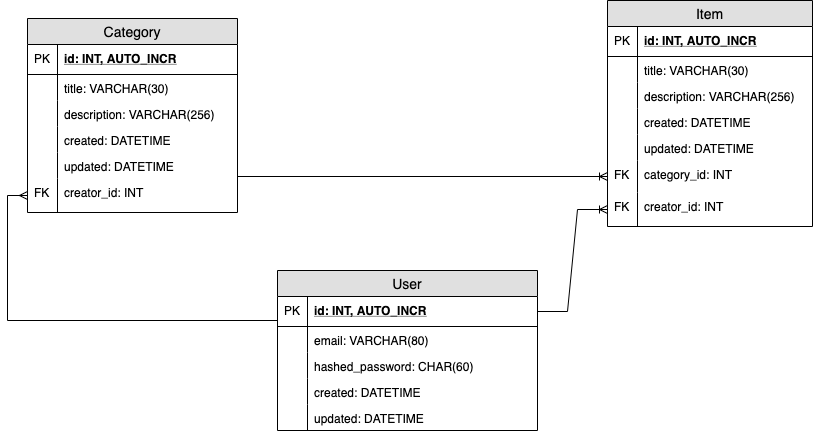
bomcon123456/Onboard_Project keeps this draw.io diagram as Markdown/Onboard_EntityRelation.png. Above is the earlier version. Source tidied: cells renumbered, new cells last; positions are measured from the earlier drawing's top-left corner, leaving out a move shared by most shapes.
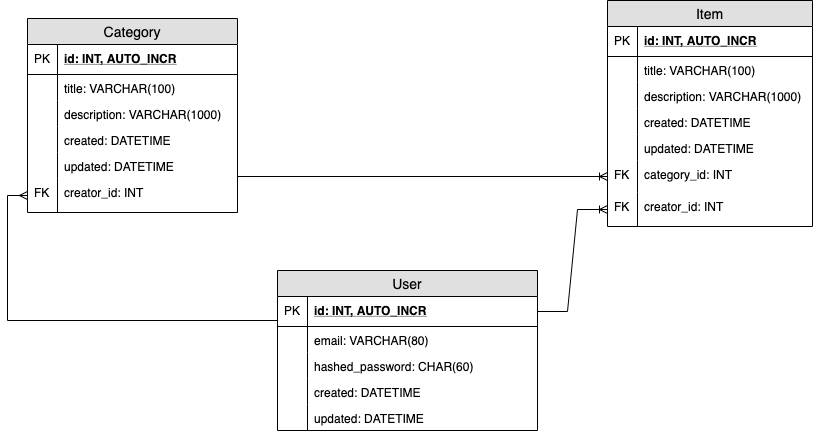
The same file after the commit.

Change to the diagram source:
```diff
@@ -44,13 +44,13 @@
     <mxCell id="15" value="PK" style="shape=partialRectangle;top=0;left=0;bottom=0;fillColor=none;align=left;verticalAlign=middle;spacingLeft=4;spacingRight=4;overflow=hidden;fontSize=12;" parent="14" vertex="1">
       <mxGeometry width="30" height="30" as="geometry" />
     </mxCell>
-    <mxCell id="16" value="title: VARCHAR(30)&#10;" style="shape=partialRectangle;top=0;left=0;right=0;bottom=0;align=left;verticalAlign=top;fillColor=none;spacingLeft=34;spacingRight=4;overflow=hidden;fontSize=12;" parent="13" vertex="1">
+    <mxCell id="16" value="title: VARCHAR(100)&#10;" style="shape=partialRectangle;top=0;left=0;right=0;bottom=0;align=left;verticalAlign=top;fillColor=none;spacingLeft=34;spacingRight=4;overflow=hidden;fontSize=12;" parent="13" vertex="1">
       <mxGeometry y="56" width="205" height="26" as="geometry" />
     </mxCell>
     <mxCell id="17" style="shape=partialRectangle;top=0;left=0;bottom=0;fillColor=none;align=left;verticalAlign=top;spacingLeft=4;spacingRight=4;overflow=hidden;fontSize=12;" parent="16" vertex="1">
       <mxGeometry width="30" height="26" as="geometry" />
     </mxCell>
-    <mxCell id="18" value="description: VARCHAR(256)" style="shape=partialRectangle;top=0;left=0;right=0;bottom=0;align=left;verticalAlign=top;fillColor=none;spacingLeft=34;spacingRight=4;overflow=hidden;fontSize=12;" parent="13" vertex="1">
+    <mxCell id="18" value="description: VARCHAR(1000)" style="shape=partialRectangle;top=0;left=0;right=0;bottom=0;align=left;verticalAlign=top;fillColor=none;spacingLeft=34;spacingRight=4;overflow=hidden;fontSize=12;" parent="13" vertex="1">
       <mxGeometry y="82" width="205" height="26" as="geometry" />
     </mxCell>
     <mxCell id="19" style="shape=partialRectangle;top=0;left=0;bottom=0;fillColor=none;align=left;verticalAlign=top;spacingLeft=4;spacingRight=4;overflow=hidden;fontSize=12;" parent="18" vertex="1">
@@ -89,13 +89,13 @@
     <mxCell id="30" value="PK" style="shape=partialRectangle;top=0;left=0;bottom=0;fillColor=none;align=left;verticalAlign=middle;spacingLeft=4;spacingRight=4;overflow=hidden;fontSize=12;" parent="29" vertex="1">
       <mxGeometry width="30" height="30" as="geometry" />
     </mxCell>
-    <mxCell id="31" value="title: VARCHAR(30)&#10;" style="shape=partialRectangle;top=0;left=0;right=0;bottom=0;align=left;verticalAlign=top;fillColor=none;spacingLeft=34;spacingRight=4;overflow=hidden;fontSize=12;" parent="28" vertex="1">
+    <mxCell id="31" value="title: VARCHAR(100)&#10;" style="shape=partialRectangle;top=0;left=0;right=0;bottom=0;align=left;verticalAlign=top;fillColor=none;spacingLeft=34;spacingRight=4;overflow=hidden;fontSize=12;" parent="28" vertex="1">
       <mxGeometry y="56" width="210" height="26" as="geometry" />
     </mxCell>
     <mxCell id="32" style="shape=partialRectangle;top=0;left=0;bottom=0;fillColor=none;align=left;verticalAlign=top;spacingLeft=4;spacingRight=4;overflow=hidden;fontSize=12;" parent="31" vertex="1">
       <mxGeometry width="30" height="26" as="geometry" />
     </mxCell>
-    <mxCell id="33" value="description: VARCHAR(256)" style="shape=partialRectangle;top=0;left=0;right=0;bottom=0;align=left;verticalAlign=top;fillColor=none;spacingLeft=34;spacingRight=4;overflow=hidden;points=[[0,0.5],[1,0.5]];portConstraint=eastwest;fontSize=12;" parent="28" vertex="1">
+    <mxCell id="33" value="description: VARCHAR(1000)" style="shape=partialRectangle;top=0;left=0;right=0;bottom=0;align=left;verticalAlign=top;fillColor=none;spacingLeft=34;spacingRight=4;overflow=hidden;points=[[0,0.5],[1,0.5]];portConstraint=eastwest;fontSize=12;" parent="28" vertex="1">
       <mxGeometry y="82" width="210" height="26" as="geometry" />
     </mxCell>
     <mxCell id="34" style="shape=partialRectangle;top=0;left=0;bottom=0;fillColor=none;align=left;verticalAlign=top;spacingLeft=4;spacingRight=4;overflow=hidden;fontSize=12;" parent="33" vertex="1">
```
